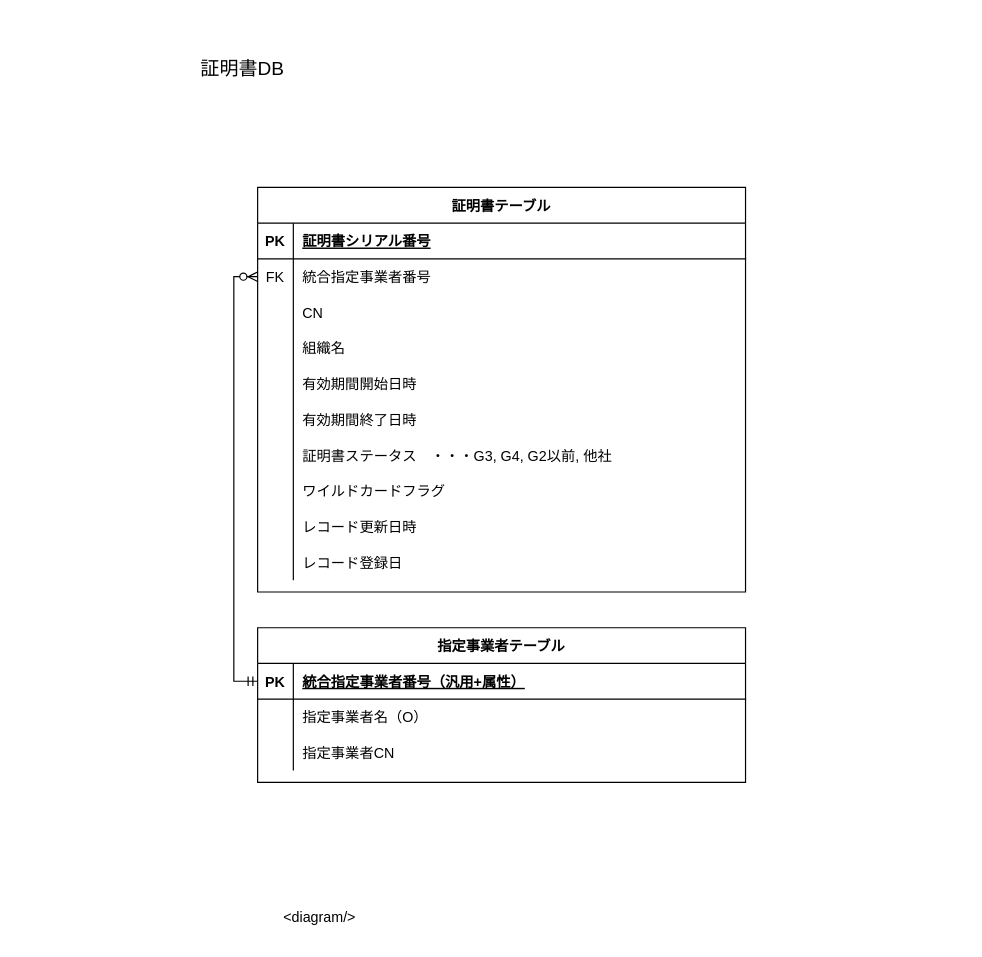
The draw.io diagram page "ER図" (3 of 6) of UMLDiagram.drawio in r-asano/kaihatsubuKenshu, before the edit. Source tidied: cells renumbered, new cells numbered last; positions are measured from the earlier drawing's top-left corner, leaving out a move shared by most shapes. Both pictures are drawn from the tidied source at 119%, with x=0, y=0 at pixel (186, 56).
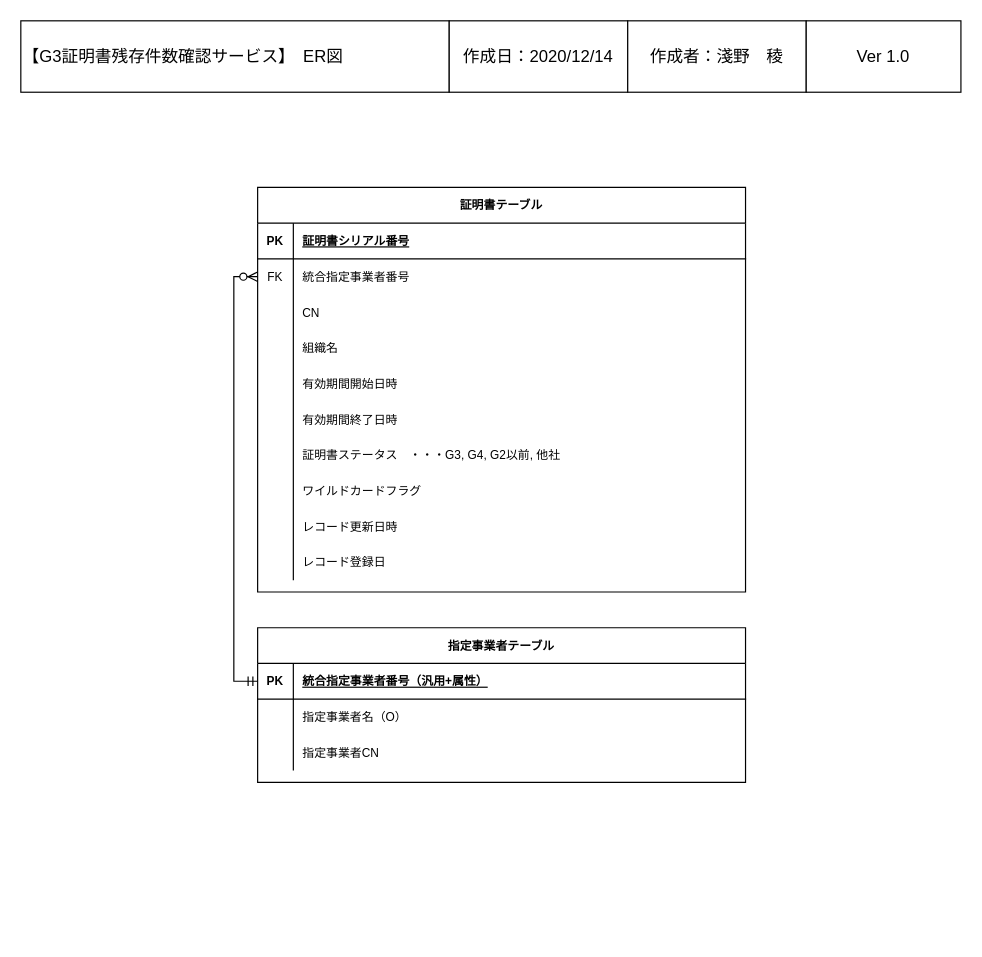
The same page after the edit.

The edit, as a diff of the source:
```diff
@@
-    <mxCell id="2" value="証明書テーブル" style="shape=table;startSize=30;childLayout=tableLayout;rowLines=0;fontStyle=1;align=center;" parent="1" vertex="1">
+    <mxCell id="2" value="証明書テーブル" style="shape=table;startSize=30;childLayout=tableLayout;rowLines=0;fontStyle=1;align=center;fontSize=10;" parent="1" vertex="1">
       <mxGeometry x="60" y="110" width="410" height="340" as="geometry" />
     </mxCell>
-    <mxCell id="3" style="shape=partialRectangle;fillColor=none;top=0;left=0;right=0;bottom=1;" parent="2" vertex="1">
+    <mxCell id="3" style="shape=partialRectangle;fillColor=none;top=0;left=0;right=0;bottom=1;fontSize=10;" parent="2" vertex="1">
       <mxGeometry y="30" width="410" height="30" as="geometry" />
     </mxCell>
-    <mxCell id="4" value="PK" style="shape=partialRectangle;overflow=hidden;fillColor=none;top=0;left=0;bottom=0;right=0;fontStyle=1;" parent="3" vertex="1">
+    <mxCell id="4" value="PK" style="shape=partialRectangle;overflow=hidden;fillColor=none;top=0;left=0;bottom=0;right=0;fontStyle=1;fontSize=10;" parent="3" vertex="1">
       <mxGeometry width="30" height="30" as="geometry" />
     </mxCell>
-    <mxCell id="5" value="証明書シリアル番号" style="shape=partialRectangle;overflow=hidden;fillColor=none;top=0;left=0;bottom=0;right=0;align=left;spacingLeft=6;fontStyle=5;" parent="3" vertex="1">
+    <mxCell id="5" value="証明書シリアル番号" style="shape=partialRectangle;overflow=hidden;fillColor=none;top=0;left=0;bottom=0;right=0;align=left;spacingLeft=6;fontStyle=5;fontSize=10;" parent="3" vertex="1">
       <mxGeometry x="30" width="380" height="30" as="geometry" />
     </mxCell>
-    <mxCell id="6" style="shape=partialRectangle;fillColor=none;points=[[0,0.5],[1,0.5]];portConstraint=eastwest;top=0;left=0;right=0;bottom=0;" parent="2" vertex="1">
+    <mxCell id="6" style="shape=partialRectangle;fillColor=none;points=[[0,0.5],[1,0.5]];portConstraint=eastwest;top=0;left=0;right=0;bottom=0;fontSize=10;" parent="2" vertex="1">
       <mxGeometry y="60" width="410" height="30" as="geometry" />
     </mxCell>
-    <mxCell id="7" value="FK" style="shape=partialRectangle;overflow=hidden;fillColor=none;top=0;left=0;bottom=0;right=0;" parent="6" vertex="1">
+    <mxCell id="7" value="FK" style="shape=partialRectangle;overflow=hidden;fillColor=none;top=0;left=0;bottom=0;right=0;fontSize=10;" parent="6" vertex="1">
       <mxGeometry width="30" height="30" as="geometry" />
     </mxCell>
-    <mxCell id="8" value="統合指定事業者番号" style="shape=partialRectangle;overflow=hidden;fillColor=none;top=0;left=0;bottom=0;right=0;align=left;spacingLeft=6;" parent="6" vertex="1">
+    <mxCell id="8" value="統合指定事業者番号" style="shape=partialRectangle;overflow=hidden;fillColor=none;top=0;left=0;bottom=0;right=0;align=left;spacingLeft=6;fontSize=10;" parent="6" vertex="1">
       <mxGeometry x="30" width="380" height="30" as="geometry" />
     </mxCell>
-    <mxCell id="9" style="shape=partialRectangle;fillColor=none;top=0;left=0;right=0;bottom=0;" parent="2" vertex="1">
+    <mxCell id="9" style="shape=partialRectangle;fillColor=none;top=0;left=0;right=0;bottom=0;fontSize=10;" parent="2" vertex="1">
       <mxGeometry y="90" width="410" height="30" as="geometry" />
     </mxCell>
-    <mxCell id="10" style="shape=partialRectangle;overflow=hidden;fillColor=none;top=0;left=0;bottom=0;right=0;" parent="9" vertex="1">
+    <mxCell id="10" style="shape=partialRectangle;overflow=hidden;fillColor=none;top=0;left=0;bottom=0;right=0;fontSize=10;" parent="9" vertex="1">
       <mxGeometry width="30" height="30" as="geometry" />
     </mxCell>
-    <mxCell id="11" value="CN" style="shape=partialRectangle;overflow=hidden;fillColor=none;top=0;left=0;bottom=0;right=0;align=left;spacingLeft=6;" parent="9" vertex="1">
+    <mxCell id="11" value="CN" style="shape=partialRectangle;overflow=hidden;fillColor=none;top=0;left=0;bottom=0;right=0;align=left;spacingLeft=6;fontSize=10;" parent="9" vertex="1">
       <mxGeometry x="30" width="380" height="30" as="geometry" />
     </mxCell>
-    <mxCell id="12" style="shape=partialRectangle;fillColor=none;top=0;left=0;right=0;bottom=0;" parent="2" vertex="1">
+    <mxCell id="12" style="shape=partialRectangle;fillColor=none;top=0;left=0;right=0;bottom=0;fontSize=10;" parent="2" vertex="1">
       <mxGeometry y="120" width="410" height="30" as="geometry" />
     </mxCell>
-    <mxCell id="13" style="shape=partialRectangle;overflow=hidden;fillColor=none;top=0;left=0;bottom=0;right=0;" parent="12" vertex="1">
+    <mxCell id="13" style="shape=partialRectangle;overflow=hidden;fillColor=none;top=0;left=0;bottom=0;right=0;fontSize=10;" parent="12" vertex="1">
       <mxGeometry width="30" height="30" as="geometry" />
     </mxCell>
-    <mxCell id="14" value="組織名" style="shape=partialRectangle;overflow=hidden;fillColor=none;top=0;left=0;bottom=0;right=0;align=left;spacingLeft=6;" parent="12" vertex="1">
+    <mxCell id="14" value="組織名" style="shape=partialRectangle;overflow=hidden;fillColor=none;top=0;left=0;bottom=0;right=0;align=left;spacingLeft=6;fontSize=10;" parent="12" vertex="1">
       <mxGeometry x="30" width="380" height="30" as="geometry" />
     </mxCell>
-    <mxCell id="15" style="shape=partialRectangle;fillColor=none;top=0;left=0;right=0;bottom=0;" parent="2" vertex="1">
+    <mxCell id="15" style="shape=partialRectangle;fillColor=none;top=0;left=0;right=0;bottom=0;fontSize=10;" parent="2" vertex="1">
       <mxGeometry y="150" width="410" height="30" as="geometry" />
     </mxCell>
-    <mxCell id="16" style="shape=partialRectangle;overflow=hidden;fillColor=none;top=0;left=0;bottom=0;right=0;" parent="15" vertex="1">
+    <mxCell id="16" style="shape=partialRectangle;overflow=hidden;fillColor=none;top=0;left=0;bottom=0;right=0;fontSize=10;" parent="15" vertex="1">
       <mxGeometry width="30" height="30" as="geometry" />
     </mxCell>
-    <mxCell id="17" value="有効期間開始日時" style="shape=partialRectangle;overflow=hidden;fillColor=none;top=0;left=0;bottom=0;right=0;align=left;spacingLeft=6;" parent="15" vertex="1">
+    <mxCell id="17" value="有効期間開始日時" style="shape=partialRectangle;overflow=hidden;fillColor=none;top=0;left=0;bottom=0;right=0;align=left;spacingLeft=6;fontSize=10;" parent="15" vertex="1">
       <mxGeometry x="30" width="380" height="30" as="geometry" />
     </mxCell>
-    <mxCell id="18" style="shape=partialRectangle;fillColor=none;top=0;left=0;right=0;bottom=0;" parent="2" vertex="1">
+    <mxCell id="18" style="shape=partialRectangle;fillColor=none;top=0;left=0;right=0;bottom=0;fontSize=10;" parent="2" vertex="1">
       <mxGeometry y="180" width="410" height="30" as="geometry" />
     </mxCell>
-    <mxCell id="19" style="shape=partialRectangle;overflow=hidden;fillColor=none;top=0;left=0;bottom=0;right=0;" parent="18" vertex="1">
+    <mxCell id="19" style="shape=partialRectangle;overflow=hidden;fillColor=none;top=0;left=0;bottom=0;right=0;fontSize=10;" parent="18" vertex="1">
       <mxGeometry width="30" height="30" as="geometry" />
     </mxCell>
-    <mxCell id="20" value="有効期間終了日時" style="shape=partialRectangle;overflow=hidden;fillColor=none;top=0;left=0;bottom=0;right=0;align=left;spacingLeft=6;" parent="18" vertex="1">
+    <mxCell id="20" value="有効期間終了日時" style="shape=partialRectangle;overflow=hidden;fillColor=none;top=0;left=0;bottom=0;right=0;align=left;spacingLeft=6;fontSize=10;" parent="18" vertex="1">
       <mxGeometry x="30" width="380" height="30" as="geometry" />
     </mxCell>
-    <mxCell id="21" style="shape=partialRectangle;fillColor=none;top=0;left=0;right=0;bottom=0;" parent="2" vertex="1">
+    <mxCell id="21" style="shape=partialRectangle;fillColor=none;top=0;left=0;right=0;bottom=0;fontSize=10;" parent="2" vertex="1">
       <mxGeometry y="210" width="410" height="30" as="geometry" />
     </mxCell>
-    <mxCell id="22" style="shape=partialRectangle;overflow=hidden;fillColor=none;top=0;left=0;bottom=0;right=0;" parent="21" vertex="1">
+    <mxCell id="22" style="shape=partialRectangle;overflow=hidden;fillColor=none;top=0;left=0;bottom=0;right=0;fontSize=10;" parent="21" vertex="1">
       <mxGeometry width="30" height="30" as="geometry" />
     </mxCell>
-    <mxCell id="23" value="証明書ステータス　・・・G3, G4, G2以前, 他社" style="shape=partialRectangle;overflow=hidden;fillColor=none;top=0;left=0;bottom=0;right=0;align=left;spacingLeft=6;" parent="21" vertex="1">
+    <mxCell id="23" value="証明書ステータス　・・・G3, G4, G2以前, 他社" style="shape=partialRectangle;overflow=hidden;fillColor=none;top=0;left=0;bottom=0;right=0;align=left;spacingLeft=6;fontSize=10;" parent="21" vertex="1">
       <mxGeometry x="30" width="380" height="30" as="geometry" />
     </mxCell>
-    <mxCell id="24" style="shape=partialRectangle;fillColor=none;top=0;left=0;right=0;bottom=0;" parent="2" vertex="1">
+    <mxCell id="24" style="shape=partialRectangle;fillColor=none;top=0;left=0;right=0;bottom=0;fontSize=10;" parent="2" vertex="1">
       <mxGeometry y="240" width="410" height="30" as="geometry" />
     </mxCell>
-    <mxCell id="25" style="shape=partialRectangle;overflow=hidden;fillColor=none;top=0;left=0;bottom=0;right=0;" parent="24" vertex="1">
+    <mxCell id="25" style="shape=partialRectangle;overflow=hidden;fillColor=none;top=0;left=0;bottom=0;right=0;fontSize=10;" parent="24" vertex="1">
       <mxGeometry width="30" height="30" as="geometry" />
     </mxCell>
-    <mxCell id="26" value="ワイルドカードフラグ" style="shape=partialRectangle;overflow=hidden;fillColor=none;top=0;left=0;bottom=0;right=0;align=left;spacingLeft=6;" parent="24" vertex="1">
+    <mxCell id="26" value="ワイルドカードフラグ" style="shape=partialRectangle;overflow=hidden;fillColor=none;top=0;left=0;bottom=0;right=0;align=left;spacingLeft=6;fontSize=10;" parent="24" vertex="1">
       <mxGeometry x="30" width="380" height="30" as="geometry" />
     </mxCell>
-    <mxCell id="27" style="shape=partialRectangle;fillColor=none;top=0;left=0;right=0;bottom=0;" parent="2" vertex="1">
+    <mxCell id="27" style="shape=partialRectangle;fillColor=none;top=0;left=0;right=0;bottom=0;fontSize=10;" parent="2" vertex="1">
       <mxGeometry y="270" width="410" height="30" as="geometry" />
     </mxCell>
-    <mxCell id="28" style="shape=partialRectangle;overflow=hidden;fillColor=none;top=0;left=0;bottom=0;right=0;" parent="27" vertex="1">
+    <mxCell id="28" style="shape=partialRectangle;overflow=hidden;fillColor=none;top=0;left=0;bottom=0;right=0;fontSize=10;" parent="27" vertex="1">
       <mxGeometry width="30" height="30" as="geometry" />
     </mxCell>
-    <mxCell id="29" value="レコード更新日時" style="shape=partialRectangle;overflow=hidden;fillColor=none;top=0;left=0;bottom=0;right=0;align=left;spacingLeft=6;" parent="27" vertex="1">
+    <mxCell id="29" value="レコード更新日時" style="shape=partialRectangle;overflow=hidden;fillColor=none;top=0;left=0;bottom=0;right=0;align=left;spacingLeft=6;fontSize=10;" parent="27" vertex="1">
       <mxGeometry x="30" width="380" height="30" as="geometry" />
     </mxCell>
-    <mxCell id="30" style="shape=partialRectangle;fillColor=none;top=0;left=0;right=0;bottom=0;" parent="2" vertex="1">
+    <mxCell id="30" style="shape=partialRectangle;fillColor=none;top=0;left=0;right=0;bottom=0;fontSize=10;" parent="2" vertex="1">
       <mxGeometry y="300" width="410" height="30" as="geometry" />
     </mxCell>
-    <mxCell id="31" style="shape=partialRectangle;overflow=hidden;fillColor=none;top=0;left=0;bottom=0;right=0;" parent="30" vertex="1">
+    <mxCell id="31" style="shape=partialRectangle;overflow=hidden;fillColor=none;top=0;left=0;bottom=0;right=0;fontSize=10;" parent="30" vertex="1">
       <mxGeometry width="30" height="30" as="geometry" />
     </mxCell>
-    <mxCell id="32" value="レコード登録日" style="shape=partialRectangle;overflow=hidden;fillColor=none;top=0;left=0;bottom=0;right=0;align=left;spacingLeft=6;" parent="30" vertex="1">
+    <mxCell id="32" value="レコード登録日" style="shape=partialRectangle;overflow=hidden;fillColor=none;top=0;left=0;bottom=0;right=0;align=left;spacingLeft=6;fontSize=10;" parent="30" vertex="1">
       <mxGeometry x="30" width="380" height="30" as="geometry" />
     </mxCell>
-    <mxCell id="33" value="&lt;font style=&quot;font-size: 16px&quot;&gt;証明書DB&lt;/font&gt;" style="text;html=1;strokeColor=none;fillColor=none;align=center;verticalAlign=middle;whiteSpace=wrap;rounded=0;" parent="1" vertex="1">
-      <mxGeometry width="95" height="20" as="geometry" />
-    </mxCell>
-    <mxCell id="34" value="指定事業者テーブル" style="shape=table;startSize=30;childLayout=tableLayout;rowLines=0;fontStyle=1;align=center;" parent="1" vertex="1">
+    <mxCell id="34" value="指定事業者テーブル" style="shape=table;startSize=30;childLayout=tableLayout;rowLines=0;fontStyle=1;align=center;fontSize=10;" parent="1" vertex="1">
       <mxGeometry x="60" y="480" width="410" height="130" as="geometry" />
     </mxCell>
-    <mxCell id="35" style="shape=partialRectangle;fillColor=none;points=[[0,0.5],[1,0.5]];portConstraint=eastwest;top=0;left=0;right=0;bottom=1;" parent="34" vertex="1">
+    <mxCell id="35" style="shape=partialRectangle;fillColor=none;points=[[0,0.5],[1,0.5]];portConstraint=eastwest;top=0;left=0;right=0;bottom=1;fontSize=10;" parent="34" vertex="1">
       <mxGeometry y="30" width="410" height="30" as="geometry" />
     </mxCell>
-    <mxCell id="36" value="PK" style="shape=partialRectangle;overflow=hidden;fillColor=none;top=0;left=0;bottom=0;right=0;fontStyle=1;" parent="35" vertex="1">
+    <mxCell id="36" value="PK" style="shape=partialRectangle;overflow=hidden;fillColor=none;top=0;left=0;bottom=0;right=0;fontStyle=1;fontSize=10;" parent="35" vertex="1">
       <mxGeometry width="30" height="30" as="geometry" />
     </mxCell>
-    <mxCell id="37" value="統合指定事業者番号（汎用+属性）" style="shape=partialRectangle;overflow=hidden;fillColor=none;top=0;left=0;bottom=0;right=0;align=left;spacingLeft=6;fontStyle=5;" parent="35" vertex="1">
+    <mxCell id="37" value="統合指定事業者番号（汎用+属性）" style="shape=partialRectangle;overflow=hidden;fillColor=none;top=0;left=0;bottom=0;right=0;align=left;spacingLeft=6;fontStyle=5;fontSize=10;" parent="35" vertex="1">
       <mxGeometry x="30" width="380" height="30" as="geometry" />
     </mxCell>
-    <mxCell id="38" style="shape=partialRectangle;fillColor=none;top=0;left=0;right=0;bottom=0;" parent="34" vertex="1">
+    <mxCell id="38" style="shape=partialRectangle;fillColor=none;top=0;left=0;right=0;bottom=0;fontSize=10;" parent="34" vertex="1">
       <mxGeometry y="60" width="410" height="30" as="geometry" />
     </mxCell>
-    <mxCell id="39" style="shape=partialRectangle;overflow=hidden;fillColor=none;top=0;left=0;bottom=0;right=0;" parent="38" vertex="1">
+    <mxCell id="39" style="shape=partialRectangle;overflow=hidden;fillColor=none;top=0;left=0;bottom=0;right=0;fontSize=10;" parent="38" vertex="1">
       <mxGeometry width="30" height="30" as="geometry" />
     </mxCell>
-    <mxCell id="40" value="指定事業者名（O）" style="shape=partialRectangle;overflow=hidden;fillColor=none;top=0;left=0;bottom=0;right=0;align=left;spacingLeft=6;" parent="38" vertex="1">
+    <mxCell id="40" value="指定事業者名（O）" style="shape=partialRectangle;overflow=hidden;fillColor=none;top=0;left=0;bottom=0;right=0;align=left;spacingLeft=6;fontSize=10;" parent="38" vertex="1">
       <mxGeometry x="30" width="380" height="30" as="geometry" />
     </mxCell>
-    <mxCell id="41" style="shape=partialRectangle;fillColor=none;top=0;left=0;right=0;bottom=0;" parent="34" vertex="1">
+    <mxCell id="41" style="shape=partialRectangle;fillColor=none;top=0;left=0;right=0;bottom=0;fontSize=10;" parent="34" vertex="1">
       <mxGeometry y="90" width="410" height="30" as="geometry" />
     </mxCell>
-    <mxCell id="42" style="shape=partialRectangle;overflow=hidden;fillColor=none;top=0;left=0;bottom=0;right=0;" parent="41" vertex="1">
+    <mxCell id="42" style="shape=partialRectangle;overflow=hidden;fillColor=none;top=0;left=0;bottom=0;right=0;fontSize=10;" parent="41" vertex="1">
       <mxGeometry width="30" height="30" as="geometry" />
     </mxCell>
-    <mxCell id="43" value="指定事業者CN" style="shape=partialRectangle;overflow=hidden;fillColor=none;top=0;left=0;bottom=0;right=0;align=left;spacingLeft=6;" parent="41" vertex="1">
+    <mxCell id="43" value="指定事業者CN" style="shape=partialRectangle;overflow=hidden;fillColor=none;top=0;left=0;bottom=0;right=0;align=left;spacingLeft=6;fontSize=10;" parent="41" vertex="1">
       <mxGeometry x="30" width="380" height="30" as="geometry" />
     </mxCell>
-    <mxCell id="44" style="edgeStyle=orthogonalEdgeStyle;rounded=0;jumpStyle=arc;jettySize=auto;html=1;exitX=0;exitY=0.5;exitDx=0;exitDy=0;entryX=0;entryY=0.5;entryDx=0;entryDy=0;endArrow=ERmandOne;endFill=0;startArrow=ERzeroToMany;startFill=1;" parent="1" edge="1" source="6" target="35">
+    <mxCell id="44" style="edgeStyle=orthogonalEdgeStyle;rounded=0;jumpStyle=arc;jettySize=auto;html=1;exitX=0;exitY=0.5;exitDx=0;exitDy=0;entryX=0;entryY=0.5;entryDx=0;entryDy=0;endArrow=ERmandOne;endFill=0;startArrow=ERzeroToMany;startFill=1;fontSize=10;" parent="1" edge="1" source="6" target="35">
       <mxGeometry relative="1" as="geometry" />
     </mxCell>
-    <mxCell id="45" value="&amp;lt;diagram/&amp;gt;" style="text;whiteSpace=wrap;html=1;" parent="1" vertex="1">
-      <mxGeometry x="80" y="710" width="90" height="30" as="geometry" />
-    </mxCell>
+    <mxCell id="46" value="&lt;div style=&quot;font-size: 14px&quot; align=&quot;left&quot;&gt;&lt;font style=&quot;font-size: 14px&quot;&gt;【G3証明書残存件数確認サービス】　ER図&lt;/font&gt;&lt;/div&gt;" style="rounded=0;whiteSpace=wrap;html=1;align=left;fontSize=14;" parent="1" vertex="1">
+      <mxGeometry x="-139" y="-30" width="360" height="60" as="geometry" />
+    </mxCell>
+    <mxCell id="47" value="&lt;font style=&quot;font-size: 14px;&quot;&gt;作成日：2020/12/14&lt;/font&gt;" style="rounded=0;whiteSpace=wrap;html=1;fontSize=14;" parent="1" vertex="1">
+      <mxGeometry x="221" y="-30" width="150" height="60" as="geometry" />
+    </mxCell>
+    <mxCell id="48" value="&lt;font style=&quot;font-size: 14px;&quot;&gt;作成者：淺野　稜&lt;/font&gt;" style="rounded=0;whiteSpace=wrap;html=1;fontSize=14;" parent="1" vertex="1">
+      <mxGeometry x="371" y="-30" width="150" height="60" as="geometry" />
+    </mxCell>
+    <mxCell id="49" value="&lt;font style=&quot;font-size: 14px;&quot;&gt;Ver 1.0&lt;/font&gt;" style="rounded=0;whiteSpace=wrap;html=1;fontSize=14;" parent="1" vertex="1">
+      <mxGeometry x="521" y="-30" width="130" height="60" as="geometry" />
+    </mxCell>
```
